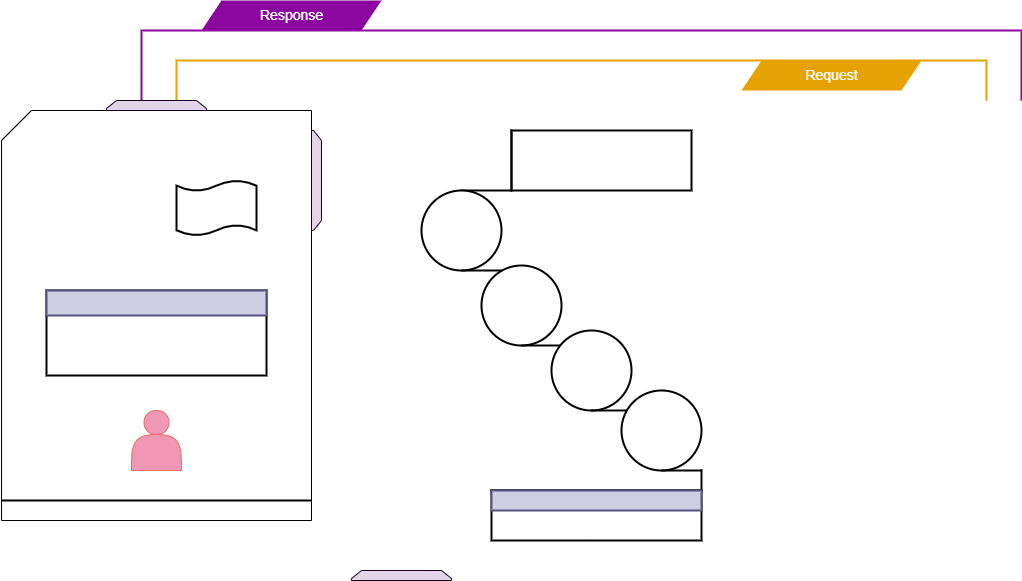
Earlier version of the draw.io export 0x09-web_infrastructure_design/1-distributed_web_infrastructure.drawio.png (Omowunmikamil/alx-system_engineering-devops). Source tidied: cells renumbered, new cells last; positions are measured from the earlier drawing's top-left corner, leaving out a move shared by most shapes.
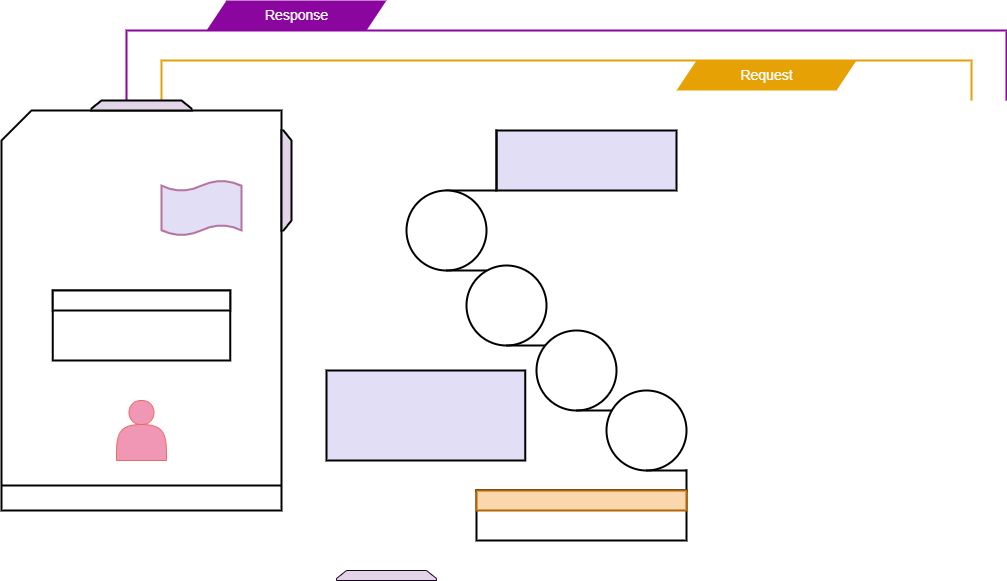
Above is the later version.

What changed in the source:
```diff
@@ -6,21 +6,21 @@
       <mxGeometry x="140" y="30" width="880" height="70" as="geometry" />
     </mxCell>
     <mxCell id="3" style="shape=parallelogram;perimeter=parallelogramPerimeter;whiteSpace=wrap;html=1;fixedSize=1;fillColor=#8A069E;strokeColor=none;" parent="1" vertex="1">
-      <mxGeometry x="200" width="180" height="30" as="geometry" />
+      <mxGeometry x="220" width="180" height="30" as="geometry" />
     </mxCell>
     <mxCell id="4" style="strokeWidth=2;html=1;shape=mxgraph.flowchart.annotation_1;align=left;direction=south;strokeColor=#E6A205;" parent="1" vertex="1">
       <mxGeometry x="175" y="60" width="810" height="40" as="geometry" />
     </mxCell>
     <mxCell id="5" style="shape=parallelogram;perimeter=parallelogramPerimeter;whiteSpace=wrap;html=1;fixedSize=1;fillColor=#E6A205;strokeColor=none;" parent="1" vertex="1">
-      <mxGeometry x="740" y="60" width="180" height="30" as="geometry" />
+      <mxGeometry x="690" y="60" width="180" height="30" as="geometry" />
     </mxCell>
     <mxCell id="6" value="&lt;font style=&quot;font-size: 14px;&quot; color=&quot;#ffffff&quot;&gt;Response&lt;/font&gt;" style="text;html=1;align=center;verticalAlign=middle;strokeColor=none;fillColor=none;" parent="1" vertex="1">
-      <mxGeometry x="245" width="90" height="30" as="geometry" />
+      <mxGeometry x="265" width="90" height="30" as="geometry" />
     </mxCell>
     <mxCell id="7" value="&lt;font style=&quot;font-size: 14px;&quot; color=&quot;#ffffff&quot;&gt;Request&lt;/font&gt;" style="text;html=1;align=center;verticalAlign=middle;strokeColor=none;fillColor=none;" parent="1" vertex="1">
-      <mxGeometry x="790" y="60" width="80" height="30" as="geometry" />
+      <mxGeometry x="740" y="60" width="80" height="30" as="geometry" />
     </mxCell>
-    <mxCell id="8" style="rounded=0;whiteSpace=wrap;html=1;strokeColor=#000000;strokeWidth=2;" parent="1" vertex="1">
+    <mxCell id="8" style="rounded=0;whiteSpace=wrap;html=1;strokeColor=#000000;strokeWidth=2;fillColor=#E1DEF5;" parent="1" vertex="1">
       <mxGeometry x="510" y="130" width="180" height="60" as="geometry" />
     </mxCell>
     <mxCell id="9" style="shape=partialRectangle;whiteSpace=wrap;html=1;top=0;left=0;fillColor=none;strokeWidth=2;" parent="1" vertex="1">
@@ -44,35 +44,38 @@
     <mxCell id="15" style="rounded=0;whiteSpace=wrap;html=1;strokeWidth=2;" parent="1" vertex="1">
       <mxGeometry x="490" y="490" width="210" height="50" as="geometry" />
     </mxCell>
-    <mxCell id="16" style="shape=card;whiteSpace=wrap;html=1;" parent="1" vertex="1">
-      <mxGeometry y="110" width="310" height="410" as="geometry" />
+    <mxCell id="16" style="shape=card;whiteSpace=wrap;html=1;strokeWidth=2;" parent="1" vertex="1">
+      <mxGeometry x="15" y="110" width="280" height="400" as="geometry" />
     </mxCell>
     <mxCell id="17" style="shape=loopLimit;whiteSpace=wrap;html=1;fillColor=#e1d5e7;strokeColor=#180123;" parent="1" vertex="1">
       <mxGeometry x="350" y="570" width="100" height="10" as="geometry" />
     </mxCell>
-    <mxCell id="18" style="shape=loopLimit;whiteSpace=wrap;html=1;fillColor=#e1d5e7;strokeColor=#180123;" parent="1" vertex="1">
+    <mxCell id="18" style="shape=loopLimit;whiteSpace=wrap;html=1;fillColor=#e1d5e7;strokeColor=#000000;strokeWidth=2;" parent="1" vertex="1">
       <mxGeometry x="105" y="100" width="100" height="10" as="geometry" />
     </mxCell>
-    <mxCell id="19" style="shape=loopLimit;whiteSpace=wrap;html=1;fillColor=#e1d5e7;strokeColor=#180123;direction=south;" parent="1" vertex="1">
-      <mxGeometry x="310" y="130" width="10" height="100" as="geometry" />
+    <mxCell id="19" style="shape=loopLimit;whiteSpace=wrap;html=1;fillColor=#e1d5e7;strokeColor=#000000;direction=south;strokeWidth=2;" parent="1" vertex="1">
+      <mxGeometry x="295" y="130" width="10" height="100" as="geometry" />
     </mxCell>
-    <mxCell id="20" style="rounded=0;whiteSpace=wrap;html=1;strokeWidth=2;fillColor=#d0cee2;strokeColor=#56517e;" parent="1" vertex="1">
+    <mxCell id="20" style="rounded=0;whiteSpace=wrap;html=1;strokeWidth=2;fillColor=#fad7ac;strokeColor=#b46504;" parent="1" vertex="1">
       <mxGeometry x="490" y="490" width="210" height="20" as="geometry" />
     </mxCell>
     <mxCell id="21" style="rounded=0;whiteSpace=wrap;html=1;strokeWidth=2;" parent="1" vertex="1">
-      <mxGeometry x="45" y="290" width="220" height="85" as="geometry" />
+      <mxGeometry x="66.2" y="290" width="177.5" height="70" as="geometry" />
     </mxCell>
-    <mxCell id="22" style="rounded=0;whiteSpace=wrap;html=1;strokeWidth=2;fillColor=#d0cee2;strokeColor=#56517e;" parent="1" vertex="1">
-      <mxGeometry x="45" y="290" width="220" height="25" as="geometry" />
+    <mxCell id="22" style="rounded=0;whiteSpace=wrap;html=1;strokeWidth=2;fillColor=#E1DEF5;strokeColor=#000000;" parent="1" vertex="1">
+      <mxGeometry x="340" y="370" width="198.8" height="90" as="geometry" />
     </mxCell>
     <mxCell id="23" style="shape=actor;whiteSpace=wrap;html=1;fillColor=#F097B5;strokeColor=#EA6B66;" parent="1" vertex="1">
-      <mxGeometry x="130" y="410" width="50" height="60" as="geometry" />
+      <mxGeometry x="130" y="400" width="50" height="60" as="geometry" />
     </mxCell>
     <mxCell id="24" style="line;strokeWidth=2;html=1;" parent="1" vertex="1">
-      <mxGeometry y="495" width="310" height="10" as="geometry" />
+      <mxGeometry x="15" y="480" width="280" height="10" as="geometry" />
     </mxCell>
-    <mxCell id="25" style="shape=tape;whiteSpace=wrap;html=1;strokeWidth=2;size=0.19;" parent="1" vertex="1">
+    <mxCell id="25" style="shape=tape;whiteSpace=wrap;html=1;strokeWidth=2;size=0.19;fillColor=#E1DEF5;strokeColor=#B5739D;" parent="1" vertex="1">
       <mxGeometry x="175" y="180" width="80" height="55" as="geometry" />
     </mxCell>
+    <mxCell id="26" style="rounded=0;whiteSpace=wrap;html=1;strokeWidth=2;" parent="1" vertex="1">
+      <mxGeometry x="66.2" y="290" width="177.5" height="20" as="geometry" />
+    </mxCell>
   </root>
 </mxGraphModel>
```
